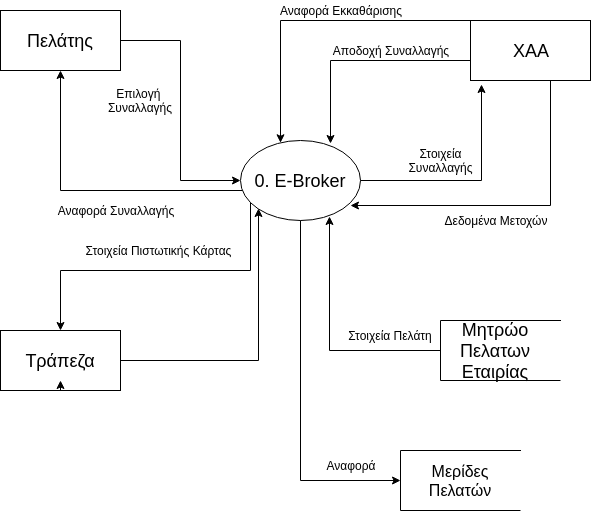
Earlier version of the draw.io export Structured_Analysis/General_Diagram.png (WilhelmStein/Analysis-and-Design-of-Software). Source tidied: cells renumbered, new cells last; positions are measured from the earlier drawing's top-left corner, leaving out a move shared by most shapes. The source it was exported from:
```xml
<mxGraphModel>
  <root>
    <mxCell id="0" />
    <mxCell id="1" parent="0" />
    <mxCell id="2" style="edgeStyle=orthogonalEdgeStyle;rounded=0;jettySize=auto;html=1;entryX=0;entryY=0.5;entryDx=0;entryDy=0;" parent="1" edge="1" source="3" target="12">
      <mxGeometry relative="1" as="geometry" />
    </mxCell>
    <mxCell id="3" style="rounded=0;whiteSpace=wrap;html=1;fillColor=none;" parent="1" vertex="1">
      <mxGeometry y="10" width="120" height="60" as="geometry" />
    </mxCell>
    <mxCell id="4" style="edgeStyle=orthogonalEdgeStyle;rounded=0;jettySize=auto;html=1;exitX=0;exitY=0.5;exitDx=0;exitDy=0;entryX=0.75;entryY=0.038;entryDx=0;entryDy=0;entryPerimeter=0;" parent="1" edge="1" source="7" target="12">
      <mxGeometry relative="1" as="geometry">
        <Array as="points">
          <mxPoint x="470" y="60" />
          <mxPoint x="330" y="60" />
        </Array>
      </mxGeometry>
    </mxCell>
    <mxCell id="5" style="edgeStyle=orthogonalEdgeStyle;rounded=0;jettySize=auto;html=1;" parent="1" edge="1" source="7" target="12">
      <mxGeometry relative="1" as="geometry">
        <Array as="points">
          <mxPoint x="280" y="20" />
        </Array>
      </mxGeometry>
    </mxCell>
    <mxCell id="6" style="edgeStyle=orthogonalEdgeStyle;rounded=0;jettySize=auto;html=1;entryX=0.917;entryY=0.813;entryDx=0;entryDy=0;entryPerimeter=0;" parent="1" edge="1" source="7" target="12">
      <mxGeometry relative="1" as="geometry">
        <Array as="points">
          <mxPoint x="550" y="205" />
        </Array>
      </mxGeometry>
    </mxCell>
    <mxCell id="7" style="rounded=0;whiteSpace=wrap;html=1;fillColor=none;" parent="1" vertex="1">
      <mxGeometry x="470" y="20" width="120" height="60" as="geometry" />
    </mxCell>
    <mxCell id="8" style="edgeStyle=orthogonalEdgeStyle;rounded=0;jettySize=auto;html=1;entryX=0.092;entryY=1.067;entryDx=0;entryDy=0;entryPerimeter=0;" parent="1" edge="1" source="12" target="7">
      <mxGeometry relative="1" as="geometry" />
    </mxCell>
    <mxCell id="9" style="edgeStyle=orthogonalEdgeStyle;rounded=0;jettySize=auto;html=1;" parent="1" edge="1" source="12" target="3">
      <mxGeometry relative="1" as="geometry">
        <Array as="points">
          <mxPoint x="60" y="190" />
        </Array>
      </mxGeometry>
    </mxCell>
    <mxCell id="10" style="edgeStyle=orthogonalEdgeStyle;rounded=0;jettySize=auto;html=1;entryX=0.5;entryY=1;entryDx=0;entryDy=0;" parent="1" edge="1" source="12" target="14">
      <mxGeometry relative="1" as="geometry">
        <Array as="points">
          <mxPoint x="300" y="480" />
        </Array>
      </mxGeometry>
    </mxCell>
    <mxCell id="11" style="edgeStyle=orthogonalEdgeStyle;rounded=0;jettySize=auto;html=1;entryX=0.5;entryY=0;entryDx=0;entryDy=0;" parent="1" edge="1" source="12" target="32">
      <mxGeometry relative="1" as="geometry">
        <Array as="points">
          <mxPoint x="250" y="270" />
          <mxPoint x="60" y="270" />
        </Array>
      </mxGeometry>
    </mxCell>
    <mxCell id="12" style="ellipse;whiteSpace=wrap;html=1;fillColor=none;" parent="1" vertex="1">
      <mxGeometry x="240" y="140" width="120" height="80" as="geometry" />
    </mxCell>
    <mxCell id="13" style="edgeStyle=orthogonalEdgeStyle;rounded=0;jettySize=auto;html=1;entryX=0.742;entryY=0.95;entryDx=0;entryDy=0;entryPerimeter=0;" parent="1" edge="1" target="12">
      <mxGeometry relative="1" as="geometry">
        <mxPoint x="440" y="350" as="sourcePoint" />
      </mxGeometry>
    </mxCell>
    <mxCell id="14" style="shape=partialRectangle;whiteSpace=wrap;html=1;bottom=1;right=1;left=1;top=0;fillColor=none;routingCenterX=-0.5;rotation=90;" parent="1" vertex="1">
      <mxGeometry x="430" y="420" width="60" height="120" as="geometry" />
    </mxCell>
    <mxCell id="15" style="shape=partialRectangle;whiteSpace=wrap;html=1;bottom=1;right=1;left=1;top=0;fillColor=none;routingCenterX=-0.5;rotation=90;" parent="1" vertex="1">
      <mxGeometry x="470" y="290" width="60" height="120" as="geometry" />
    </mxCell>
    <mxCell id="16" value="&lt;font style=&quot;font-size: 18px&quot;&gt;Πελάτης&lt;/font&gt;" style="text;html=1;strokeColor=none;fillColor=none;align=center;verticalAlign=middle;whiteSpace=wrap;rounded=0;" parent="1" vertex="1">
      <mxGeometry y="10" width="120" height="60" as="geometry" />
    </mxCell>
    <mxCell id="17" value="&lt;font style=&quot;font-size: 18px&quot;&gt;ΧΑΑ&lt;/font&gt;" style="text;html=1;strokeColor=none;fillColor=none;align=center;verticalAlign=middle;whiteSpace=wrap;rounded=0;" parent="1" vertex="1">
      <mxGeometry x="510" y="40" width="40" height="20" as="geometry" />
    </mxCell>
    <mxCell id="18" value="&lt;font size=&quot;3&quot;&gt;Μερίδες Πελατών&lt;/font&gt;" style="text;html=1;strokeColor=none;fillColor=none;align=center;verticalAlign=middle;whiteSpace=wrap;rounded=0;" parent="1" vertex="1">
      <mxGeometry x="410" y="455" width="100" height="50" as="geometry" />
    </mxCell>
    <mxCell id="19" value="&lt;font style=&quot;font-size: 18px&quot;&gt;Μητρώο Πελατων Εταιρίας&lt;/font&gt;" style="text;html=1;strokeColor=none;fillColor=none;align=center;verticalAlign=middle;whiteSpace=wrap;rounded=0;" parent="1" vertex="1">
      <mxGeometry x="450" y="325" width="90" height="50" as="geometry" />
    </mxCell>
    <mxCell id="20" value="&lt;font style=&quot;font-size: 18px&quot;&gt;0. E-Broker&lt;/font&gt;" style="text;html=1;strokeColor=none;fillColor=none;align=center;verticalAlign=middle;whiteSpace=wrap;rounded=0;" parent="1" vertex="1">
      <mxGeometry x="250" y="170" width="100" height="20" as="geometry" />
    </mxCell>
    <mxCell id="21" value="Επιλογή&amp;nbsp; Συναλλαγής" style="text;html=1;strokeColor=none;fillColor=none;align=center;verticalAlign=middle;whiteSpace=wrap;rounded=0;" parent="1" vertex="1">
      <mxGeometry x="105" y="90" width="70" height="20" as="geometry" />
    </mxCell>
    <mxCell id="22" value="Αναφορά" style="text;html=1;strokeColor=none;fillColor=none;align=center;verticalAlign=middle;whiteSpace=wrap;rounded=0;" parent="1" vertex="1">
      <mxGeometry x="320" y="455" width="60" height="20" as="geometry" />
    </mxCell>
    <mxCell id="23" value="Στοιχεία Πελάτη" style="text;html=1;strokeColor=none;fillColor=none;align=center;verticalAlign=middle;whiteSpace=wrap;rounded=0;" parent="1" vertex="1">
      <mxGeometry x="340" y="325" width="100" height="20" as="geometry" />
    </mxCell>
    <mxCell id="24" value="Αναφορά Συναλλαγής" style="text;html=1;strokeColor=none;fillColor=none;align=center;verticalAlign=middle;whiteSpace=wrap;rounded=0;" parent="1" vertex="1">
      <mxGeometry x="55" y="200" width="120" height="20" as="geometry" />
    </mxCell>
    <mxCell id="25" value="Αναφορά Εκκαθάρισης" style="text;html=1;strokeColor=none;fillColor=none;align=center;verticalAlign=middle;whiteSpace=wrap;rounded=0;" parent="1" vertex="1">
      <mxGeometry x="275" width="130" height="20" as="geometry" />
    </mxCell>
    <mxCell id="26" value="Αποδοχή Συναλλαγής" style="text;html=1;strokeColor=none;fillColor=none;align=center;verticalAlign=middle;whiteSpace=wrap;rounded=0;" parent="1" vertex="1">
      <mxGeometry x="330" y="40" width="120" height="20" as="geometry" />
    </mxCell>
    <mxCell id="27" value="Στοιχεία Συναλλαγής" style="text;html=1;strokeColor=none;fillColor=none;align=center;verticalAlign=middle;whiteSpace=wrap;rounded=0;" parent="1" vertex="1">
      <mxGeometry x="420" y="150" width="40" height="20" as="geometry" />
    </mxCell>
    <mxCell id="28" value="Δεδομένα Μετοχών" style="text;html=1;strokeColor=none;fillColor=none;align=center;verticalAlign=middle;whiteSpace=wrap;rounded=0;" parent="1" vertex="1">
      <mxGeometry x="440" y="210" width="110" height="20" as="geometry" />
    </mxCell>
    <mxCell id="29" style="rounded=0;whiteSpace=wrap;html=1;fillColor=none;" parent="1" vertex="1">
      <mxGeometry y="330" width="120" height="60" as="geometry" />
    </mxCell>
    <mxCell id="30" style="edgeStyle=orthogonalEdgeStyle;rounded=0;orthogonalLoop=1;jettySize=auto;html=1;exitX=0.5;exitY=1;exitDx=0;exitDy=0;entryX=0.5;entryY=0.833;entryDx=0;entryDy=0;entryPerimeter=0;" parent="1" edge="1" source="29" target="29">
      <mxGeometry relative="1" as="geometry" />
    </mxCell>
    <mxCell id="31" style="edgeStyle=orthogonalEdgeStyle;rounded=0;jettySize=auto;html=1;entryX=0;entryY=1;entryDx=0;entryDy=0;" parent="1" edge="1" source="32" target="12">
      <mxGeometry relative="1" as="geometry">
        <Array as="points">
          <mxPoint x="258" y="360" />
        </Array>
      </mxGeometry>
    </mxCell>
    <mxCell id="32" value="&lt;font style=&quot;font-size: 18px&quot;&gt;Τράπεζα&lt;/font&gt;" style="text;html=1;strokeColor=none;fillColor=none;align=center;verticalAlign=middle;whiteSpace=wrap;rounded=0;" parent="1" vertex="1">
      <mxGeometry y="330" width="120" height="60" as="geometry" />
    </mxCell>
    <mxCell id="33" value="Στοιχεία Πιστωτικής Κάρτας" style="text;html=1;strokeColor=none;fillColor=none;align=center;verticalAlign=middle;whiteSpace=wrap;rounded=0;" parent="1" vertex="1">
      <mxGeometry x="80" y="240" width="155" height="20" as="geometry" />
    </mxCell>
  </root>
</mxGraphModel>
```
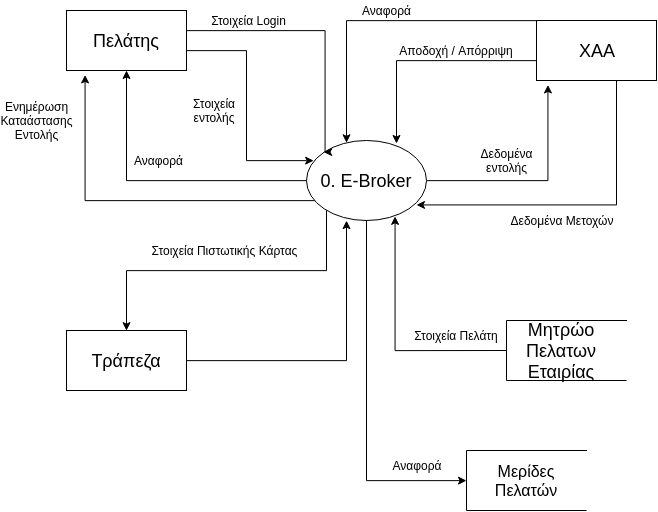
The same file after the commit.

Commit message:
Level 1 Diagram done

What changed in the source:
```diff
@@ -2,8 +2,14 @@
   <root>
     <mxCell id="0" />
     <mxCell id="1" parent="0" />
-    <mxCell id="2" style="edgeStyle=orthogonalEdgeStyle;rounded=0;jettySize=auto;html=1;entryX=0;entryY=0.5;entryDx=0;entryDy=0;" parent="1" edge="1" source="3" target="12">
-      <mxGeometry relative="1" as="geometry" />
+    <mxCell id="2" style="edgeStyle=orthogonalEdgeStyle;rounded=0;jettySize=auto;html=1;entryX=0.062;entryY=0.244;entryDx=0;entryDy=0;entryPerimeter=0;" parent="1" edge="1" source="3" target="12">
+      <mxGeometry relative="1" as="geometry">
+        <Array as="points">
+          <mxPoint x="180" y="50" />
+          <mxPoint x="180" y="160" />
+          <mxPoint x="240" y="160" />
+        </Array>
+      </mxGeometry>
     </mxCell>
     <mxCell id="3" style="rounded=0;whiteSpace=wrap;html=1;fillColor=none;" parent="1" vertex="1">
       <mxGeometry y="10" width="120" height="60" as="geometry" />
@@ -39,7 +45,7 @@
     <mxCell id="9" style="edgeStyle=orthogonalEdgeStyle;rounded=0;jettySize=auto;html=1;" parent="1" edge="1" source="12" target="3">
       <mxGeometry relative="1" as="geometry">
         <Array as="points">
-          <mxPoint x="60" y="190" />
+          <mxPoint x="60" y="180" />
         </Array>
       </mxGeometry>
     </mxCell>
@@ -53,11 +59,18 @@
     <mxCell id="11" style="edgeStyle=orthogonalEdgeStyle;rounded=0;jettySize=auto;html=1;entryX=0.5;entryY=0;entryDx=0;entryDy=0;" parent="1" edge="1" source="12" target="32">
       <mxGeometry relative="1" as="geometry">
         <Array as="points">
-          <mxPoint x="250" y="270" />
+          <mxPoint x="260" y="270" />
           <mxPoint x="60" y="270" />
         </Array>
       </mxGeometry>
     </mxCell>
+    <mxCell id="34" style="edgeStyle=orthogonalEdgeStyle;rounded=0;jettySize=auto;html=1;entryX=0.149;entryY=1.069;entryDx=0;entryDy=0;entryPerimeter=0;" parent="1" edge="1" source="12" target="16">
+      <mxGeometry relative="1" as="geometry">
+        <Array as="points">
+          <mxPoint x="18" y="200" />
+        </Array>
+      </mxGeometry>
+    </mxCell>
     <mxCell id="12" style="ellipse;whiteSpace=wrap;html=1;fillColor=none;" parent="1" vertex="1">
       <mxGeometry x="240" y="140" width="120" height="80" as="geometry" />
     </mxCell>
@@ -72,6 +85,13 @@
     <mxCell id="15" style="shape=partialRectangle;whiteSpace=wrap;html=1;bottom=1;right=1;left=1;top=0;fillColor=none;routingCenterX=-0.5;rotation=90;" parent="1" vertex="1">
       <mxGeometry x="470" y="290" width="60" height="120" as="geometry" />
     </mxCell>
+    <mxCell id="35" style="edgeStyle=orthogonalEdgeStyle;rounded=0;jettySize=auto;html=1;entryX=0;entryY=0;entryDx=0;entryDy=0;" parent="1" edge="1" source="16" target="12">
+      <mxGeometry relative="1" as="geometry">
+        <Array as="points">
+          <mxPoint x="258" y="30" />
+        </Array>
+      </mxGeometry>
+    </mxCell>
     <mxCell id="16" value="&lt;font style=&quot;font-size: 18px&quot;&gt;Πελάτης&lt;/font&gt;" style="text;html=1;strokeColor=none;fillColor=none;align=center;verticalAlign=middle;whiteSpace=wrap;rounded=0;" parent="1" vertex="1">
       <mxGeometry y="10" width="120" height="60" as="geometry" />
     </mxCell>
@@ -87,8 +107,8 @@
     <mxCell id="20" value="&lt;font style=&quot;font-size: 18px&quot;&gt;0. E-Broker&lt;/font&gt;" style="text;html=1;strokeColor=none;fillColor=none;align=center;verticalAlign=middle;whiteSpace=wrap;rounded=0;" parent="1" vertex="1">
       <mxGeometry x="250" y="170" width="100" height="20" as="geometry" />
     </mxCell>
-    <mxCell id="21" value="Επιλογή&amp;nbsp; Συναλλαγής" style="text;html=1;strokeColor=none;fillColor=none;align=center;verticalAlign=middle;whiteSpace=wrap;rounded=0;" parent="1" vertex="1">
-      <mxGeometry x="105" y="90" width="70" height="20" as="geometry" />
+    <mxCell id="21" value="Στοιχεία εντολής" style="text;html=1;strokeColor=none;fillColor=none;align=center;verticalAlign=middle;whiteSpace=wrap;rounded=0;" parent="1" vertex="1">
+      <mxGeometry x="112.5" y="100" width="70" height="20" as="geometry" />
     </mxCell>
     <mxCell id="22" value="Αναφορά" style="text;html=1;strokeColor=none;fillColor=none;align=center;verticalAlign=middle;whiteSpace=wrap;rounded=0;" parent="1" vertex="1">
       <mxGeometry x="320" y="455" width="60" height="20" as="geometry" />
@@ -96,39 +116,38 @@
     <mxCell id="23" value="Στοιχεία Πελάτη" style="text;html=1;strokeColor=none;fillColor=none;align=center;verticalAlign=middle;whiteSpace=wrap;rounded=0;" parent="1" vertex="1">
       <mxGeometry x="340" y="325" width="100" height="20" as="geometry" />
     </mxCell>
-    <mxCell id="24" value="Αναφορά Συναλλαγής" style="text;html=1;strokeColor=none;fillColor=none;align=center;verticalAlign=middle;whiteSpace=wrap;rounded=0;" parent="1" vertex="1">
-      <mxGeometry x="55" y="200" width="120" height="20" as="geometry" />
+    <mxCell id="24" value="Αναφορά" style="text;html=1;strokeColor=none;fillColor=none;align=center;verticalAlign=middle;whiteSpace=wrap;rounded=0;" parent="1" vertex="1">
+      <mxGeometry x="65" y="150" width="55" height="20" as="geometry" />
     </mxCell>
-    <mxCell id="25" value="Αναφορά Εκκαθάρισης" style="text;html=1;strokeColor=none;fillColor=none;align=center;verticalAlign=middle;whiteSpace=wrap;rounded=0;" parent="1" vertex="1">
-      <mxGeometry x="275" width="130" height="20" as="geometry" />
+    <mxCell id="25" value="Αναφορά" style="text;html=1;strokeColor=none;fillColor=none;align=center;verticalAlign=middle;whiteSpace=wrap;rounded=0;" parent="1" vertex="1">
+      <mxGeometry x="292.5" width="55" height="20" as="geometry" />
     </mxCell>
-    <mxCell id="26" value="Αποδοχή Συναλλαγής" style="text;html=1;strokeColor=none;fillColor=none;align=center;verticalAlign=middle;whiteSpace=wrap;rounded=0;" parent="1" vertex="1">
+    <mxCell id="26" value="Αποδοχή / Απόρριψη" style="text;html=1;strokeColor=none;fillColor=none;align=center;verticalAlign=middle;whiteSpace=wrap;rounded=0;" parent="1" vertex="1">
       <mxGeometry x="330" y="40" width="120" height="20" as="geometry" />
     </mxCell>
-    <mxCell id="27" value="Στοιχεία Συναλλαγής" style="text;html=1;strokeColor=none;fillColor=none;align=center;verticalAlign=middle;whiteSpace=wrap;rounded=0;" parent="1" vertex="1">
+    <mxCell id="27" value="Δεδομένα εντολής" style="text;html=1;strokeColor=none;fillColor=none;align=center;verticalAlign=middle;whiteSpace=wrap;rounded=0;" parent="1" vertex="1">
       <mxGeometry x="420" y="150" width="40" height="20" as="geometry" />
     </mxCell>
     <mxCell id="28" value="Δεδομένα Μετοχών" style="text;html=1;strokeColor=none;fillColor=none;align=center;verticalAlign=middle;whiteSpace=wrap;rounded=0;" parent="1" vertex="1">
       <mxGeometry x="440" y="210" width="110" height="20" as="geometry" />
     </mxCell>
-    <mxCell id="29" style="rounded=0;whiteSpace=wrap;html=1;fillColor=none;" parent="1" vertex="1">
-      <mxGeometry y="330" width="120" height="60" as="geometry" />
-    </mxCell>
-    <mxCell id="30" style="edgeStyle=orthogonalEdgeStyle;rounded=0;orthogonalLoop=1;jettySize=auto;html=1;exitX=0.5;exitY=1;exitDx=0;exitDy=0;entryX=0.5;entryY=0.833;entryDx=0;entryDy=0;entryPerimeter=0;" parent="1" edge="1" source="29" target="29">
-      <mxGeometry relative="1" as="geometry" />
-    </mxCell>
-    <mxCell id="31" style="edgeStyle=orthogonalEdgeStyle;rounded=0;jettySize=auto;html=1;entryX=0;entryY=1;entryDx=0;entryDy=0;" parent="1" edge="1" source="32" target="12">
-      <mxGeometry relative="1" as="geometry">
-        <Array as="points">
-          <mxPoint x="258" y="360" />
-        </Array>
-      </mxGeometry>
-    </mxCell>
     <mxCell id="32" value="&lt;font style=&quot;font-size: 18px&quot;&gt;Τράπεζα&lt;/font&gt;" style="text;html=1;strokeColor=none;fillColor=none;align=center;verticalAlign=middle;whiteSpace=wrap;rounded=0;" parent="1" vertex="1">
       <mxGeometry y="330" width="120" height="60" as="geometry" />
     </mxCell>
     <mxCell id="33" value="Στοιχεία Πιστωτικής Κάρτας" style="text;html=1;strokeColor=none;fillColor=none;align=center;verticalAlign=middle;whiteSpace=wrap;rounded=0;" parent="1" vertex="1">
       <mxGeometry x="80" y="240" width="155" height="20" as="geometry" />
     </mxCell>
+    <mxCell id="36" style="edgeStyle=orthogonalEdgeStyle;rounded=0;jettySize=auto;html=1;entryX=0.333;entryY=1;entryDx=0;entryDy=0;entryPerimeter=0;" parent="1" edge="1" source="29" target="12">
+      <mxGeometry relative="1" as="geometry" />
+    </mxCell>
+    <mxCell id="29" style="rounded=0;whiteSpace=wrap;html=1;fillColor=none;" parent="1" vertex="1">
+      <mxGeometry y="330" width="120" height="60" as="geometry" />
+    </mxCell>
+    <mxCell id="37" value="Στοιχεία Login" style="text;html=1;strokeColor=none;fillColor=none;align=center;verticalAlign=middle;whiteSpace=wrap;rounded=0;" parent="1" vertex="1">
+      <mxGeometry x="135" y="10" width="95" height="20" as="geometry" />
+    </mxCell>
+    <mxCell id="38" value="Ενημέρωση Καταάστασης Εντολής" style="text;html=1;strokeColor=none;fillColor=none;align=center;verticalAlign=middle;whiteSpace=wrap;rounded=0;" parent="1" vertex="1">
+      <mxGeometry x="-50" y="110" width="40" height="20" as="geometry" />
+    </mxCell>
   </root>
 </mxGraphModel>
```
